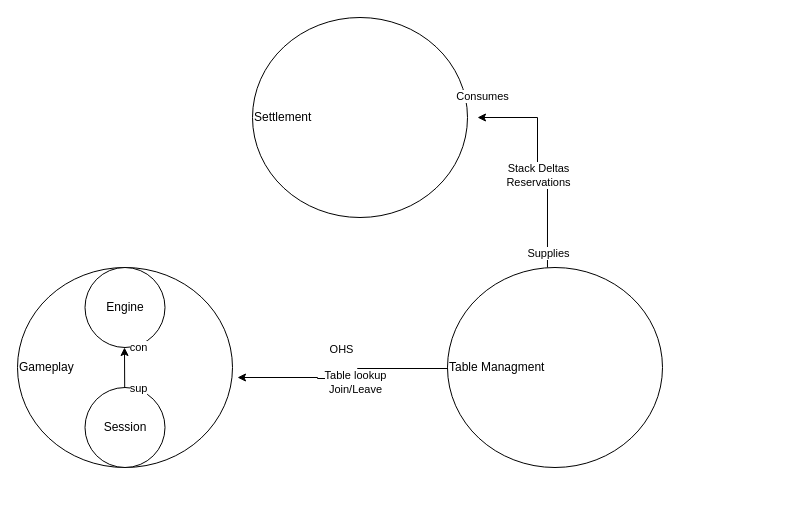
This is diagrams/context-map.drawio from sebastianrich18/poker-sibs, a draw.io file, before an edit. Source tidied: cells renumbered, new cells numbered last; positions are measured from the earlier drawing's top-left corner, leaving out a move shared by most shapes. Both pictures are drawn from the tidied source at 100%, with x=0, y=0 at pixel (17, 17).
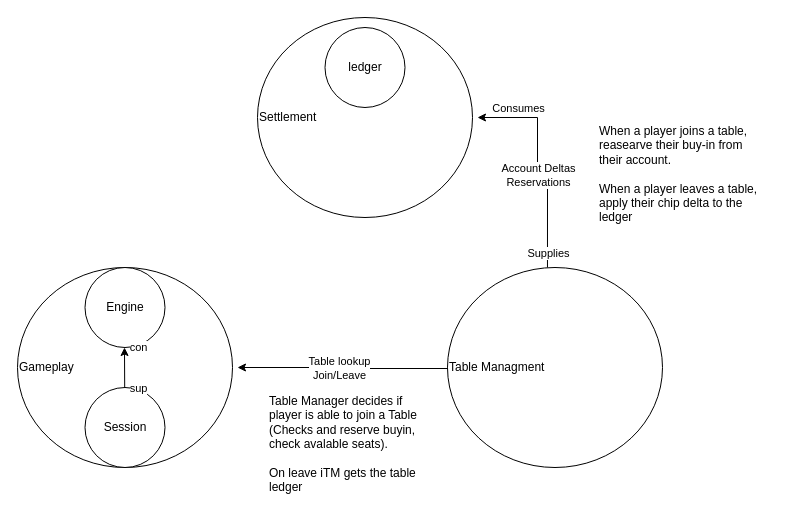
The same diagram, later.

Unchanged cells that the change refers to:
```xml
<mxCell id="4" style="edgeStyle=orthogonalEdgeStyle;rounded=0;jettySize=auto;html=1;exitX=0.465;exitY=0;exitDx=0;exitDy=0;exitPerimeter=0;" parent="1" edge="1" source="2">
  <mxGeometry relative="1" as="geometry">
    <mxPoint x="460" y="100" as="targetPoint" />
    <Array as="points">
      <mxPoint x="530" y="160" />
      <mxPoint x="520" y="160" />
      <mxPoint x="520" y="100" />
    </Array>
  </mxGeometry>
</mxCell>
```

What changed in the source:
```diff
@@
     <mxCell id="3" value="Settlement" style="ellipse;whiteSpace=wrap;html=1;verticalAlign=middle;align=left;" parent="1" vertex="1">
-      <mxGeometry x="235" width="215" height="200" as="geometry" />
+      <mxGeometry x="240" width="215" height="200" as="geometry" />
     </mxCell>
@@
     <mxCell id="6" value="Consumes" style="edgeLabel;html=1;align=center;verticalAlign=middle;" parent="4" vertex="1">
       <mxGeometry x="0.81" y="-1" relative="1" as="geometry">
-        <mxPoint x="-17" y="-21" as="offset" />
+        <mxPoint x="19" y="-9" as="offset" />
       </mxGeometry>
     </mxCell>
-    <mxCell id="7" value="Stack Deltas&lt;br&gt;Reservations" style="edgeLabel;html=1;align=center;verticalAlign=middle;" parent="4" vertex="1">
+    <mxCell id="7" value="Account Deltas&lt;br&gt;Reservations" style="edgeLabel;html=1;align=center;verticalAlign=middle;" parent="4" vertex="1">
       <mxGeometry x="-0.06" relative="1" as="geometry" />
     </mxCell>
     <mxCell id="8" style="edgeStyle=orthogonalEdgeStyle;rounded=0;orthogonalLoop=1;jettySize=auto;html=1;" parent="1" edge="1">
       <mxGeometry relative="1" as="geometry">
         <mxPoint x="430" y="350" as="sourcePoint" />
-        <mxPoint x="220" y="360" as="targetPoint" />
+        <mxPoint x="220" y="350" as="targetPoint" />
         <Array as="points">
           <mxPoint x="430" y="351" />
           <mxPoint x="340" y="351" />
           <mxPoint x="340" y="361" />
           <mxPoint x="300" y="361" />
         </Array>
       </mxGeometry>
     </mxCell>
-    <mxCell id="9" value="OHS" style="edgeLabel;html=1;align=center;verticalAlign=middle;" parent="8" vertex="1">
-      <mxGeometry x="-0.13" y="-4" relative="1" as="geometry">
-        <mxPoint x="-13" y="-26" as="offset" />
-      </mxGeometry>
-    </mxCell>
     <mxCell id="10" value="Table lookup&lt;br&gt;Join/Leave" style="edgeLabel;html=1;align=center;verticalAlign=middle;" parent="8" vertex="1">
-      <mxGeometry x="-0.06" y="3" relative="1" as="geometry" />
+      <mxGeometry x="-0.06" y="3" relative="1" as="geometry">
+        <mxPoint x="-11" y="-14" as="offset" />
+      </mxGeometry>
     </mxCell>
@@
+    <mxCell id="17" value="Table Manager decides if player is able to join a Table (Checks and reserve buyin, check avalable seats).&lt;br&gt;&lt;br&gt;On leave iTM gets the table ledger&lt;div&gt;&lt;br&gt;&lt;/div&gt;" style="text;html=1;align=left;verticalAlign=top;whiteSpace=wrap;rounded=0;" parent="1" vertex="1">
+      <mxGeometry x="250" y="370" width="170" height="40" as="geometry" />
+    </mxCell>
+    <mxCell id="18" value="ledger" style="ellipse;whiteSpace=wrap;html=1;" parent="1" vertex="1">
+      <mxGeometry x="307.5" y="10" width="80" height="80" as="geometry" />
+    </mxCell>
+    <mxCell id="19" value="When a player joins a table, reasearve their buy-in from their account.&lt;br&gt;&lt;br&gt;When a player leaves a table, apply their chip delta to the ledger&lt;div&gt;&lt;br&gt;&lt;/div&gt;" style="text;html=1;align=left;verticalAlign=top;whiteSpace=wrap;rounded=0;" parent="1" vertex="1">
+      <mxGeometry x="580" y="100" width="170" height="120" as="geometry" />
+    </mxCell>
```
